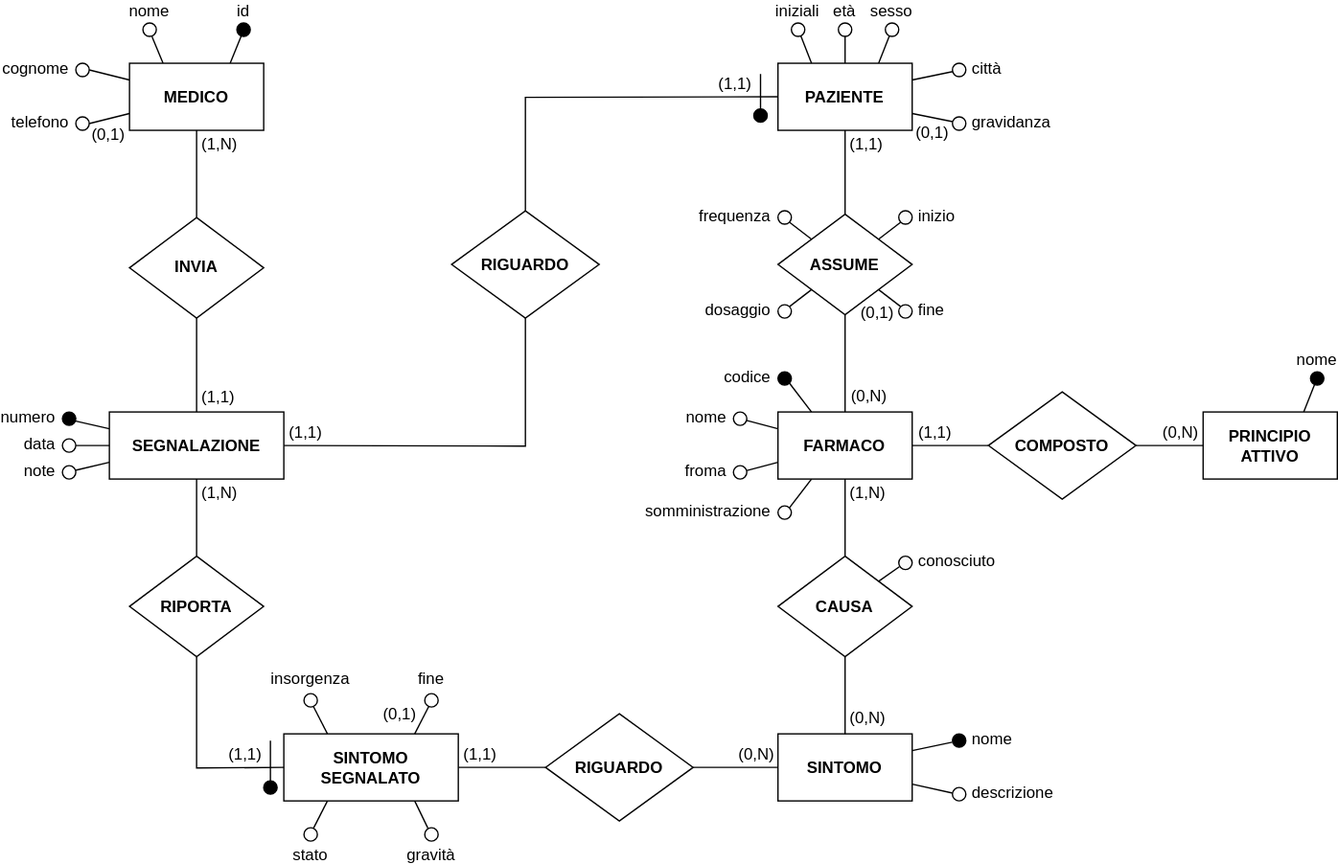
MatteoCarnelos/DB-SEA keeps this draw.io diagram as schematics/diagram.svg. Above is the earlier version. Source tidied: cells renumbered, new cells last; positions are measured from the earlier drawing's top-left corner, leaving out a move shared by most shapes.
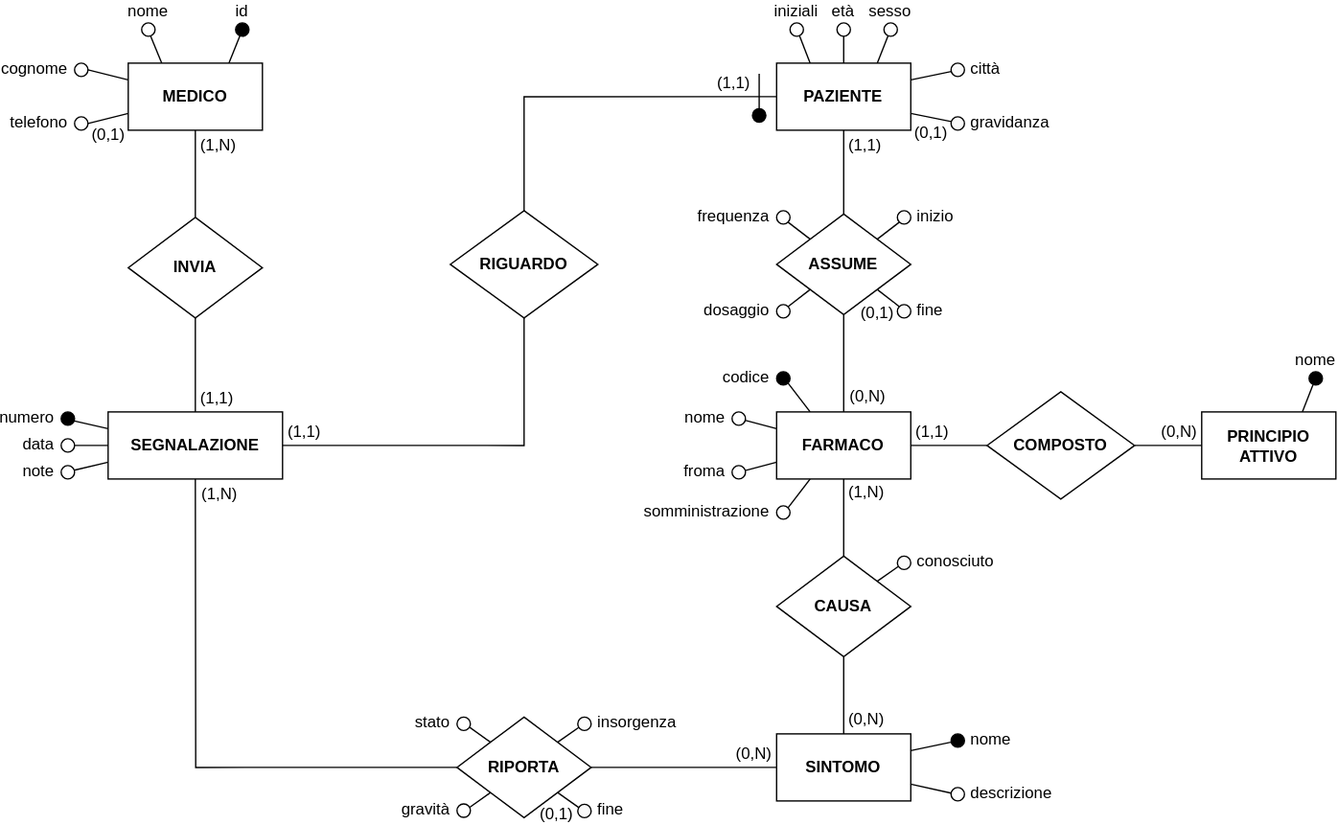
Later version of the same file.

Change to the diagram source:
```diff
@@ -2,6 +2,14 @@
   <root>
     <mxCell id="0" />
     <mxCell id="1" parent="0" />
+    <mxCell id="108" style="edgeStyle=none;rounded=0;jettySize=auto;html=1;exitX=0.086;exitY=0.251;exitDx=0;exitDy=0;entryX=1;entryY=1;entryDx=0;entryDy=0;endArrow=none;endFill=0;exitPerimeter=0;" parent="1" edge="1" source="95" target="91">
+      <mxGeometry relative="1" as="geometry" />
+    </mxCell>
+    <mxCell id="94" value="(0,1)" style="text;html=1;align=center;verticalAlign=top;labelBackgroundColor=#ffffff;labelPosition=center;verticalLabelPosition=bottom;" parent="108" vertex="1">
+      <mxGeometry x="0.2" y="-1" relative="1" as="geometry">
+        <mxPoint x="-8" y="-1" as="offset" />
+      </mxGeometry>
+    </mxCell>
     <mxCell id="2" style="edgeStyle=none;rounded=0;comic=0;jumpStyle=none;jumpSize=6;jettySize=auto;html=1;exitX=1;exitY=1;exitDx=0;exitDy=0;entryX=0;entryY=0;entryDx=0;entryDy=0;endArrow=none;endFill=0;" parent="1" edge="1" source="48" target="50">
       <mxGeometry relative="1" as="geometry" />
     </mxCell>
@@ -75,6 +83,14 @@
     <mxCell id="22" style="edgeStyle=none;rounded=0;comic=0;jumpStyle=none;jumpSize=6;jettySize=auto;html=1;exitX=0;exitY=0.75;exitDx=0;exitDy=0;entryX=0.971;entryY=0.346;entryDx=0;entryDy=0;endArrow=none;endFill=0;entryPerimeter=0;" parent="1" edge="1" source="23" target="25">
       <mxGeometry relative="1" as="geometry" />
     </mxCell>
+    <mxCell id="109" style="edgeStyle=orthogonalEdgeStyle;rounded=0;jettySize=auto;html=1;exitX=0.5;exitY=1;exitDx=0;exitDy=0;entryX=0;entryY=0.5;entryDx=0;entryDy=0;endArrow=none;endFill=0;" parent="1" edge="1" source="23" target="91">
+      <mxGeometry relative="1" as="geometry" />
+    </mxCell>
+    <mxCell id="88" value="(1,N)" style="text;html=1;align=left;verticalAlign=middle;labelBackgroundColor=#ffffff;labelPosition=right;verticalLabelPosition=middle;spacing=4;" parent="109" vertex="1">
+      <mxGeometry x="-0.95" y="1" relative="1" as="geometry">
+        <mxPoint y="1" as="offset" />
+      </mxGeometry>
+    </mxCell>
     <mxCell id="23" value="&lt;b&gt;SEGNALAZIONE&lt;br&gt;&lt;/b&gt;" style="whiteSpace=wrap;html=1;align=center;" parent="1" vertex="1">
       <mxGeometry x="35" y="289.6" width="130" height="50" as="geometry" />
     </mxCell>
@@ -216,26 +232,6 @@
     <mxCell id="65" value="&lt;b&gt;SINTOMO&lt;br&gt;&lt;/b&gt;" style="rounded=0;whiteSpace=wrap;html=1;fillColor=#ffffff;" parent="1" vertex="1">
       <mxGeometry x="533.2" y="529.6" width="100" height="50" as="geometry" />
     </mxCell>
-    <mxCell id="66" style="edgeStyle=orthogonalEdgeStyle;rounded=0;comic=0;jumpStyle=none;jumpSize=6;jettySize=auto;html=1;exitX=1;exitY=0.5;exitDx=0;exitDy=0;entryX=0;entryY=0.5;entryDx=0;entryDy=0;endArrow=none;endFill=0;" parent="1" edge="1" source="71" target="84">
-      <mxGeometry relative="1" as="geometry" />
-    </mxCell>
-    <mxCell id="67" value="(1,1)" style="text;html=1;align=center;verticalAlign=bottom;labelBackgroundColor=#ffffff;labelPosition=center;verticalLabelPosition=top;spacing=4;" parent="66" vertex="1">
-      <mxGeometry x="-0.07" relative="1" as="geometry">
-        <mxPoint x="-15" as="offset" />
-      </mxGeometry>
-    </mxCell>
-    <mxCell id="68" style="rounded=0;comic=0;jumpStyle=none;jumpSize=6;jettySize=auto;html=1;exitX=0.25;exitY=0;exitDx=0;exitDy=0;entryX=0.711;entryY=0.972;entryDx=0;entryDy=0;endArrow=none;endFill=0;entryPerimeter=0;" parent="1" edge="1" source="71" target="92">
-      <mxGeometry relative="1" as="geometry" />
-    </mxCell>
-    <mxCell id="69" style="rounded=0;jettySize=auto;html=1;exitX=0.25;exitY=1;exitDx=0;exitDy=0;entryX=0.712;entryY=0.035;entryDx=0;entryDy=0;endArrow=none;endFill=0;entryPerimeter=0;" parent="1" edge="1" source="71" target="100">
-      <mxGeometry relative="1" as="geometry" />
-    </mxCell>
-    <mxCell id="70" style="edgeStyle=none;rounded=0;jettySize=auto;html=1;exitX=0.75;exitY=1;exitDx=0;exitDy=0;entryX=0.236;entryY=0.036;entryDx=0;entryDy=0;endArrow=none;endFill=0;entryPerimeter=0;" parent="1" edge="1" source="71" target="101">
-      <mxGeometry relative="1" as="geometry" />
-    </mxCell>
-    <mxCell id="71" value="&lt;b&gt;SINTOMO&lt;br&gt;SEGNALATO&lt;br&gt;&lt;/b&gt;" style="whiteSpace=wrap;html=1;align=center;" parent="1" vertex="1">
-      <mxGeometry x="165" y="529.6" width="130" height="50" as="geometry" />
-    </mxCell>
     <mxCell id="72" style="edgeStyle=none;rounded=0;comic=0;jumpStyle=none;jumpSize=6;jettySize=auto;html=1;exitX=-0.024;exitY=0.619;exitDx=0;exitDy=0;entryX=1;entryY=0.25;entryDx=0;entryDy=0;endArrow=none;endFill=0;exitPerimeter=0;" parent="1" edge="1" source="73" target="65">
       <mxGeometry relative="1" as="geometry" />
     </mxCell>
@@ -270,58 +266,17 @@
     <mxCell id="81" value="&lt;b&gt;CAUSA&lt;/b&gt;" style="rhombus;whiteSpace=wrap;html=1;" parent="1" vertex="1">
       <mxGeometry x="533.2" y="397.1" width="100" height="75" as="geometry" />
     </mxCell>
-    <mxCell id="82" style="edgeStyle=orthogonalEdgeStyle;rounded=0;comic=0;jumpStyle=none;jumpSize=6;jettySize=auto;html=1;exitX=1;exitY=0.5;exitDx=0;exitDy=0;entryX=0;entryY=0.5;entryDx=0;entryDy=0;endArrow=none;endFill=0;" parent="1" edge="1" source="84" target="65">
-      <mxGeometry relative="1" as="geometry" />
-    </mxCell>
+    <mxCell id="110" style="edgeStyle=orthogonalEdgeStyle;rounded=0;jettySize=auto;html=1;exitX=1;exitY=0.5;exitDx=0;exitDy=0;entryX=0;entryY=0.5;entryDx=0;entryDy=0;endArrow=none;endFill=0;" parent="1" edge="1" source="91" target="65">
+      <mxGeometry relative="1" as="geometry" />
+    </mxCell>
-    <mxCell id="83" value="(0,N)" style="text;html=1;align=center;verticalAlign=bottom;labelBackgroundColor=#ffffff;labelPosition=center;verticalLabelPosition=top;spacing=4;" parent="82" vertex="1">
-      <mxGeometry x="0.27" y="1" relative="1" as="geometry">
-        <mxPoint x="6" y="1" as="offset" />
+    <mxCell id="83" value="(0,N)" style="text;html=1;align=center;verticalAlign=bottom;labelBackgroundColor=#ffffff;labelPosition=center;verticalLabelPosition=top;spacing=4;" parent="110" vertex="1">
+      <mxGeometry x="0.57" relative="1" as="geometry">
+        <mxPoint x="11.9" as="offset" />
       </mxGeometry>
     </mxCell>
-    <mxCell id="84" value="RIGUARDO" style="rhombus;whiteSpace=wrap;html=1;fillColor=#ffffff;fontStyle=1;" parent="1" vertex="1">
-      <mxGeometry x="360" y="514.6" width="110" height="80" as="geometry" />
-    </mxCell>
-    <mxCell id="85" style="endArrow=none;html=1;entryX=0.5;entryY=0;entryDx=0;entryDy=0;" parent="1" edge="1" target="86">
-      <mxGeometry relative="1" as="geometry">
-        <mxPoint x="155" y="534.6" as="sourcePoint" />
-      </mxGeometry>
-    </mxCell>
-    <mxCell id="86" style="ellipse;whiteSpace=wrap;html=1;fillColor=#000000;labelPosition=right;verticalLabelPosition=middle;align=left;verticalAlign=middle;spacing=5;spacingBottom=2;" parent="1" vertex="1">
-      <mxGeometry x="150" y="564.6" width="10" height="10" as="geometry" />
-    </mxCell>
-    <mxCell id="87" style="edgeStyle=orthogonalEdgeStyle;rounded=0;comic=0;jumpStyle=none;jumpSize=6;jettySize=auto;html=1;exitX=0.5;exitY=0;exitDx=0;exitDy=0;entryX=0.5;entryY=1;entryDx=0;entryDy=0;endArrow=none;endFill=0;" parent="1" edge="1" source="91" target="23">
-      <mxGeometry relative="1" as="geometry" />
-    </mxCell>
-    <mxCell id="88" value="(1,N)" style="text;html=1;align=left;verticalAlign=middle;labelBackgroundColor=#ffffff;labelPosition=right;verticalLabelPosition=middle;spacing=4;" parent="87" vertex="1">
-      <mxGeometry x="-0.15" y="1" relative="1" as="geometry">
-        <mxPoint x="1" y="-23.2" as="offset" />
-      </mxGeometry>
-    </mxCell>
-    <mxCell id="89" style="edgeStyle=orthogonalEdgeStyle;rounded=0;comic=0;jumpStyle=none;jumpSize=6;jettySize=auto;html=1;exitX=0.5;exitY=1;exitDx=0;exitDy=0;entryX=0;entryY=0.5;entryDx=0;entryDy=0;endArrow=none;endFill=0;" parent="1" edge="1" source="91" target="71">
-      <mxGeometry relative="1" as="geometry" />
-    </mxCell>
-    <mxCell id="90" value="(1,1)" style="text;html=1;align=center;verticalAlign=bottom;labelBackgroundColor=#ffffff;labelPosition=center;verticalLabelPosition=top;spacing=4;" parent="89" vertex="1">
-      <mxGeometry x="0.66" y="-1" relative="1" as="geometry">
-        <mxPoint x="-4.7" y="-1" as="offset" />
-      </mxGeometry>
-    </mxCell>
     <mxCell id="91" value="&lt;b&gt;RIPORTA&lt;/b&gt;" style="rhombus;whiteSpace=wrap;html=1;" parent="1" vertex="1">
-      <mxGeometry x="50" y="397.1" width="100" height="75" as="geometry" />
+      <mxGeometry x="295" y="517.1" width="100" height="75" as="geometry" />
     </mxCell>
-    <mxCell id="92" value="insorgenza" style="ellipse;whiteSpace=wrap;html=1;fillColor=#ffffff;labelPosition=center;verticalLabelPosition=top;align=center;verticalAlign=bottom;spacing=4;" parent="1" vertex="1">
-      <mxGeometry x="180" y="499.6" width="10" height="10" as="geometry" />
-    </mxCell>
-    <mxCell id="93" style="edgeStyle=none;rounded=0;comic=0;jumpStyle=none;jumpSize=6;jettySize=auto;html=1;exitX=0.3;exitY=0.955;exitDx=0;exitDy=0;entryX=0.75;entryY=0;entryDx=0;entryDy=0;endArrow=none;endFill=0;exitPerimeter=0;" parent="1" edge="1" source="95" target="71">
-      <mxGeometry relative="1" as="geometry" />
-    </mxCell>
-    <mxCell id="94" value="(0,1)" style="text;html=1;align=right;verticalAlign=middle;labelBackgroundColor=#ffffff;labelPosition=left;verticalLabelPosition=middle;spacing=4;" parent="93" vertex="1">
-      <mxGeometry x="-0.08" relative="1" as="geometry">
-        <mxPoint x="-2.1" y="-4" as="offset" />
-      </mxGeometry>
-    </mxCell>
-    <mxCell id="95" value="fine" style="ellipse;whiteSpace=wrap;html=1;fillColor=#ffffff;labelPosition=center;verticalLabelPosition=top;align=center;verticalAlign=bottom;spacing=4;" parent="1" vertex="1">
-      <mxGeometry x="270" y="499.6" width="10" height="10" as="geometry" />
-    </mxCell>
     <mxCell id="96" style="edgeStyle=none;rounded=0;jettySize=auto;html=1;exitX=1;exitY=0;exitDx=0;exitDy=0;entryX=0;entryY=1;entryDx=0;entryDy=0;endArrow=none;endFill=0;" parent="1" edge="1" source="97" target="48">
       <mxGeometry relative="1" as="geometry" />
     </mxCell>
@@ -334,12 +289,6 @@
     <mxCell id="99" value="frequenza" style="ellipse;whiteSpace=wrap;html=1;fillColor=#FFFFFF;textDirection=ltr;align=right;labelPosition=left;verticalLabelPosition=middle;verticalAlign=middle;spacing=5;spacingBottom=2;" parent="1" vertex="1">
       <mxGeometry x="533.2" y="139.6" width="10" height="10" as="geometry" />
     </mxCell>
-    <mxCell id="100" value="stato" style="ellipse;whiteSpace=wrap;html=1;fillColor=#ffffff;labelPosition=center;verticalLabelPosition=middle;align=center;verticalAlign=top;spacing=0;spacingBottom=0;spacingTop=8;horizontal=1;" parent="1" vertex="1">
-      <mxGeometry x="180" y="599.6" width="10" height="10" as="geometry" />
-    </mxCell>
-    <mxCell id="101" value="gravità" style="ellipse;whiteSpace=wrap;html=1;fillColor=#ffffff;labelPosition=center;verticalLabelPosition=middle;align=center;verticalAlign=top;spacing=0;spacingBottom=0;spacingTop=8;horizontal=1;" parent="1" vertex="1">
-      <mxGeometry x="270" y="599.6" width="10" height="10" as="geometry" />
-    </mxCell>
     <mxCell id="102" value="conosciuto" style="ellipse;whiteSpace=wrap;html=1;fillColor=#FAFAFA;labelPosition=right;verticalLabelPosition=middle;align=left;verticalAlign=middle;spacing=5;spacingBottom=2;" parent="1" vertex="1">
       <mxGeometry x="623.2" y="397.1" width="10" height="10" as="geometry" />
     </mxCell>
@@ -358,5 +307,26 @@
     <mxCell id="107" value="nome" style="ellipse;whiteSpace=wrap;html=1;fillColor=#000000;labelPosition=center;verticalLabelPosition=top;align=center;verticalAlign=bottom;spacing=2;" parent="1" vertex="1">
       <mxGeometry x="930" y="259.6" width="10" height="10" as="geometry" />
     </mxCell>
+    <mxCell id="111" style="rounded=0;jettySize=auto;html=1;exitX=0.952;exitY=0.767;exitDx=0;exitDy=0;entryX=0;entryY=0;entryDx=0;entryDy=0;endArrow=none;endFill=0;exitPerimeter=0;" parent="1" edge="1" source="100" target="91">
+      <mxGeometry relative="1" as="geometry" />
+    </mxCell>
+    <mxCell id="100" value="stato" style="ellipse;whiteSpace=wrap;html=1;fillColor=#FFFFFF;textDirection=ltr;align=right;labelPosition=left;verticalLabelPosition=middle;verticalAlign=middle;spacing=5;spacingBottom=2;" parent="1" vertex="1">
+      <mxGeometry x="295" y="517.1" width="10" height="10" as="geometry" />
+    </mxCell>
+    <mxCell id="112" style="edgeStyle=none;rounded=0;jettySize=auto;html=1;exitX=0.068;exitY=0.774;exitDx=0;exitDy=0;entryX=1;entryY=0;entryDx=0;entryDy=0;endArrow=none;endFill=0;exitPerimeter=0;" parent="1" edge="1" source="92" target="91">
+      <mxGeometry relative="1" as="geometry" />
+    </mxCell>
+    <mxCell id="92" value="insorgenza" style="ellipse;whiteSpace=wrap;html=1;fillColor=#FAFAFA;labelPosition=right;verticalLabelPosition=middle;align=left;verticalAlign=middle;spacing=5;spacingBottom=2;" parent="1" vertex="1">
+      <mxGeometry x="385" y="517.1" width="10" height="10" as="geometry" />
+    </mxCell>
+    <mxCell id="95" value="fine" style="ellipse;whiteSpace=wrap;html=1;fillColor=#FAFAFA;labelPosition=right;verticalLabelPosition=middle;align=left;verticalAlign=middle;spacing=5;spacingBottom=2;" parent="1" vertex="1">
+      <mxGeometry x="385" y="582.1" width="10" height="10" as="geometry" />
+    </mxCell>
+    <mxCell id="113" style="edgeStyle=none;rounded=0;jettySize=auto;html=1;exitX=0.93;exitY=0.271;exitDx=0;exitDy=0;entryX=0;entryY=1;entryDx=0;entryDy=0;endArrow=none;endFill=0;exitPerimeter=0;" parent="1" edge="1" source="101" target="91">
+      <mxGeometry relative="1" as="geometry" />
+    </mxCell>
+    <mxCell id="101" value="gravità" style="ellipse;whiteSpace=wrap;html=1;fillColor=#FFFFFF;textDirection=ltr;align=right;labelPosition=left;verticalLabelPosition=middle;verticalAlign=middle;spacing=5;spacingBottom=2;" parent="1" vertex="1">
+      <mxGeometry x="295" y="581.8" width="10" height="10" as="geometry" />
+    </mxCell>
   </root>
 </mxGraphModel>
```
